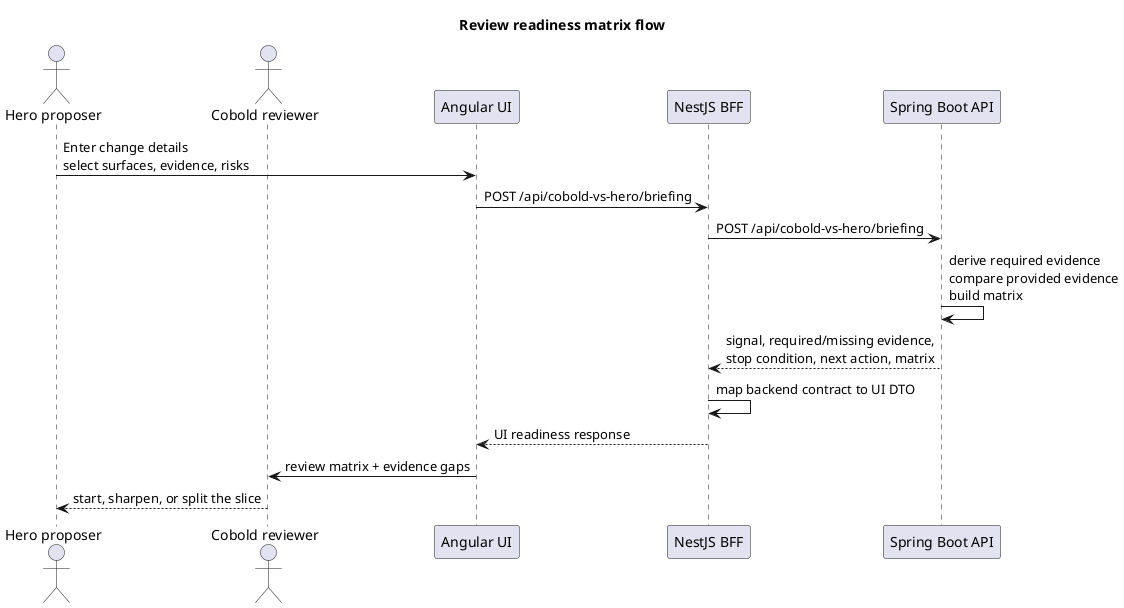
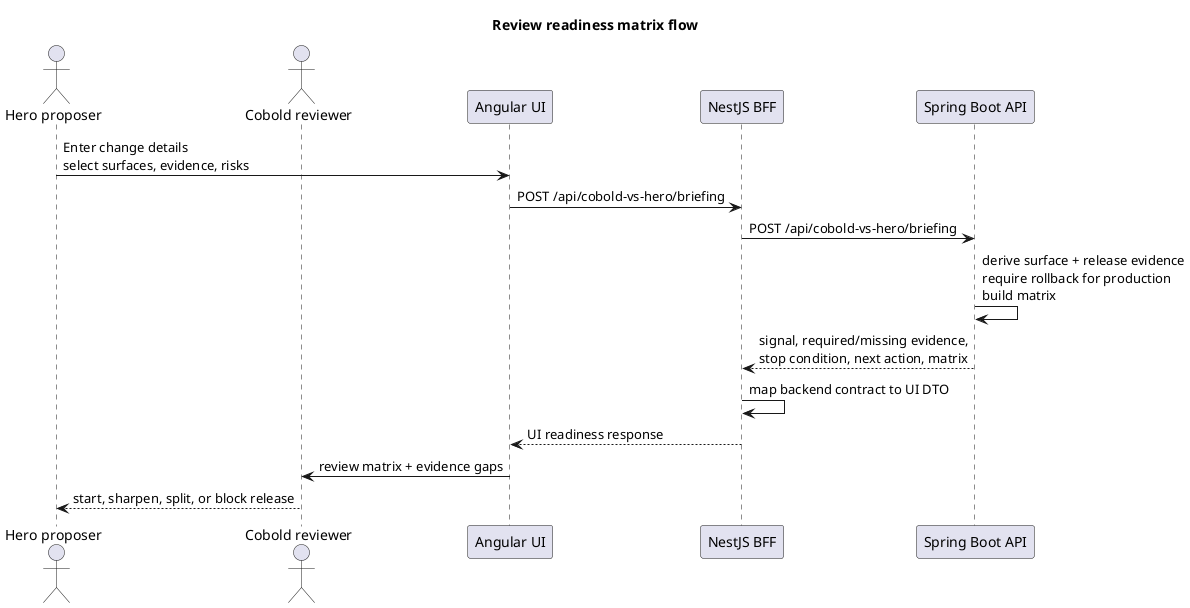
@startuml
title Review readiness matrix flow

actor "Hero proposer" as hero
actor "Cobold reviewer" as cobold
participant "Angular UI" as ui
participant "NestJS BFF" as bff
participant "Spring Boot API" as api

hero -> ui: Enter change details\nselect surfaces, evidence, risks
ui -> bff: POST /api/cobold-vs-hero/briefing
bff -> api: POST /api/cobold-vs-hero/briefing
- api -> api: derive required evidence\ncompare provided evidence\nbuild matrix
+ api -> api: derive surface + release evidence\nrequire rollback for production\nbuild matrix
api --> bff: signal, required/missing evidence,\nstop condition, next action, matrix
bff -> bff: map backend contract to UI DTO
bff --> ui: UI readiness response
ui -> cobold: review matrix + evidence gaps
- cobold --> hero: start, sharpen, or split the slice
+ cobold --> hero: start, sharpen, split, or block release

@enduml
